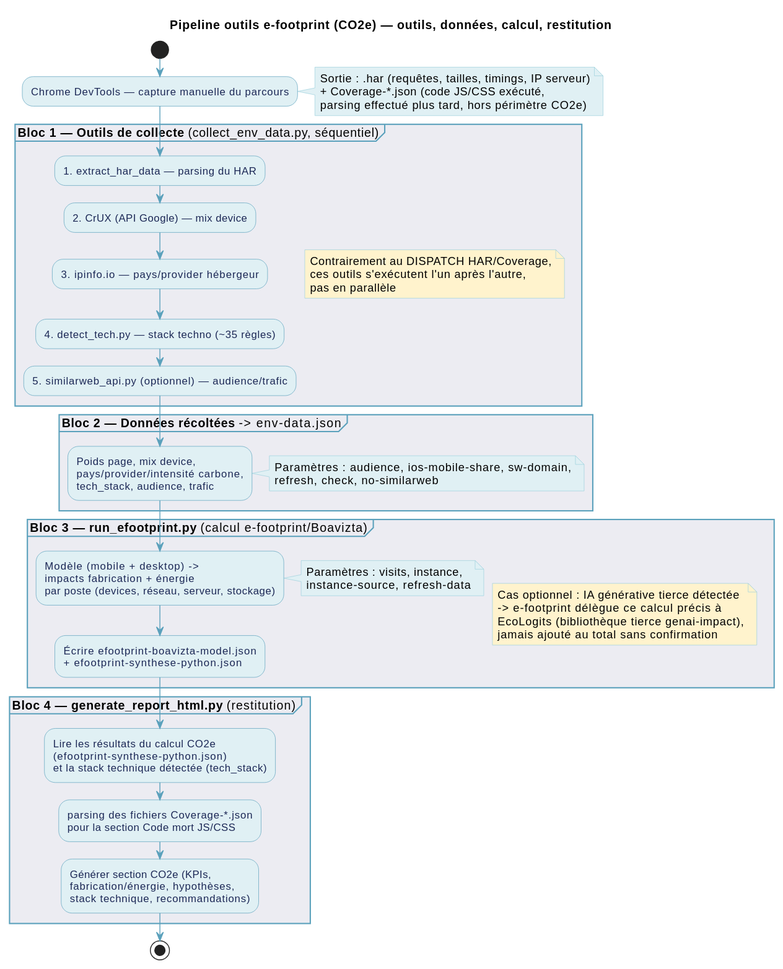
Before: documentation/diagrammes/analyse-parcours-efootprint-outils.svg, a diagram exported from PlantUML (Boavizta/eroom).
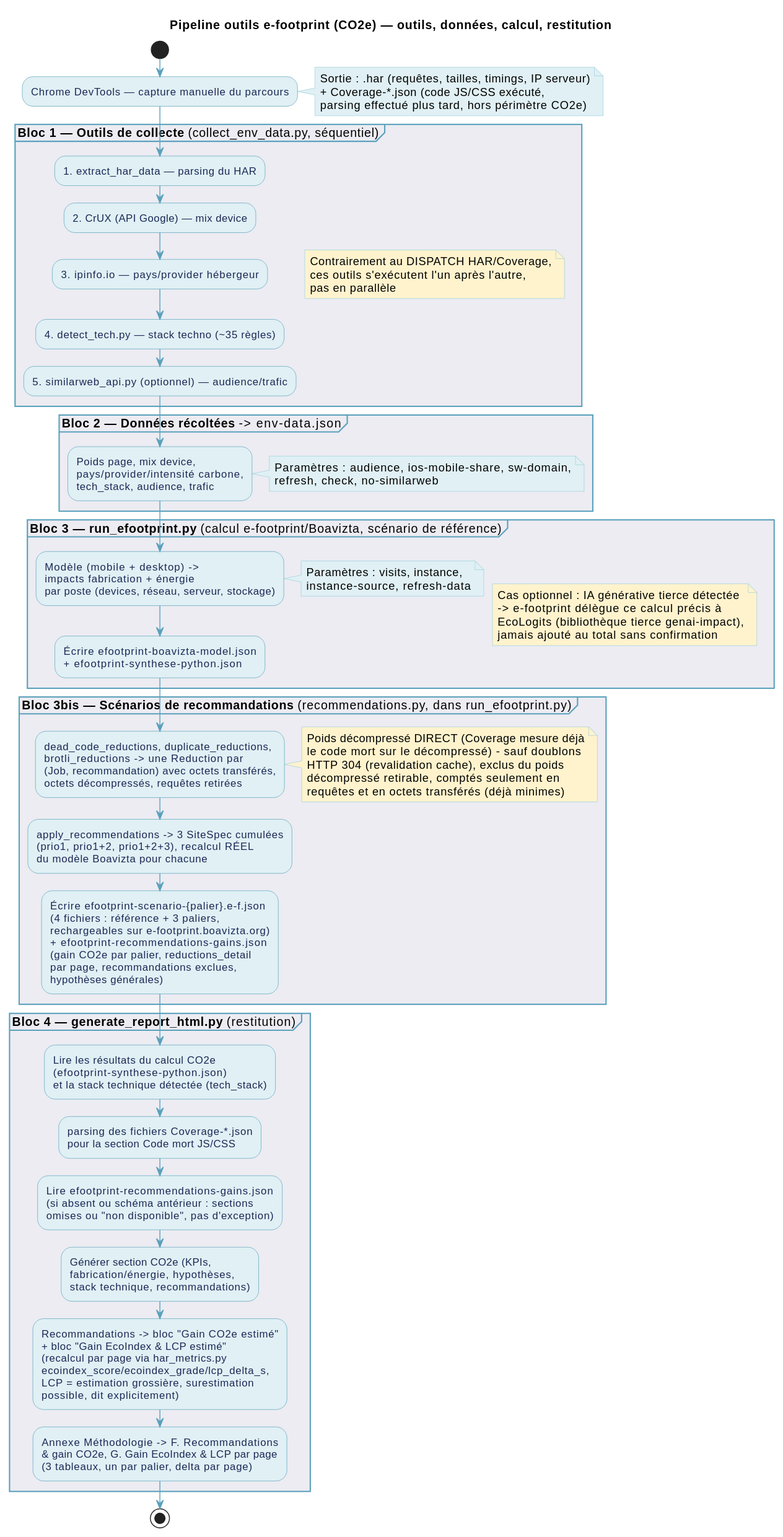
Later version of the same file.

Commit message:
docs(diagrammes): met a jour les diagrammes pour le gain EcoIndex/LCP

What changed in the source:
```diff
@@ -48,7 +48,7 @@
   end note
 }
 
-partition "**Bloc 3 — run_efootprint.py** (calcul e-footprint/Boavizta)" {
+partition "**Bloc 3 — run_efootprint.py** (calcul e-footprint/Boavizta, scénario de référence)" {
   note right #FFF3CD
     Cas optionnel : IA générative tierce détectée
     -> e-footprint délègue ce calcul précis à
@@ -66,15 +66,51 @@
   + efootprint-synthese-python.json;
 }
 
+partition "**Bloc 3bis — Scénarios de recommandations** (recommendations.py, dans run_efootprint.py)" {
+  :dead_code_reductions, duplicate_reductions,
+  brotli_reductions -> une Reduction par
+  (Job, recommandation) avec octets transférés,
+  octets décompressés, requêtes retirées;
+  note right #FFF3CD
+    Poids décompressé DIRECT (Coverage mesure déjà
+    le code mort sur le décompressé) - sauf doublons
+    HTTP 304 (revalidation cache), exclus du poids
+    décompressé retirable, comptés seulement en
+    requêtes et en octets transférés (déjà minimes)
+  end note
+  :apply_recommendations -> 3 SiteSpec cumulées
+  (prio1, prio1+2, prio1+2+3), recalcul RÉEL
+  du modèle Boavizta pour chacune;
+  :Écrire efootprint-scenario-{palier}.e-f.json
+  (4 fichiers : référence + 3 paliers,
+  rechargeables sur e-footprint.boavizta.org)
+  + efootprint-recommendations-gains.json
+  (gain CO2e par palier, reductions_detail
+  par page, recommandations exclues,
+  hypothèses générales);
+}
+
 partition "**Bloc 4 — generate_report_html.py** (restitution)" {
   :Lire les résultats du calcul CO2e
   (efootprint-synthese-python.json)
   et la stack technique détectée (tech_stack);
   :parsing des fichiers Coverage-*.json
   pour la section Code mort JS/CSS;
+  :Lire efootprint-recommendations-gains.json
+  (si absent ou schéma antérieur : sections
+  omises ou "non disponible", pas d'exception);
   :Générer section CO2e (KPIs,
   fabrication/énergie, hypothèses,
   stack technique, recommandations);
+  :Recommandations -> bloc "Gain CO2e estimé"
+  + bloc "Gain EcoIndex & LCP estimé"
+  (recalcul par page via har_metrics.py
+  ecoindex_score/ecoindex_grade/lcp_delta_s,
+  LCP = estimation grossière, surestimation
+  possible, dit explicitement);
+  :Annexe Méthodologie -> F. Recommandations
+  & gain CO2e, G. Gain EcoIndex & LCP par page
+  (3 tableaux, un par palier, delta par page);
 }
 
 stop
```
